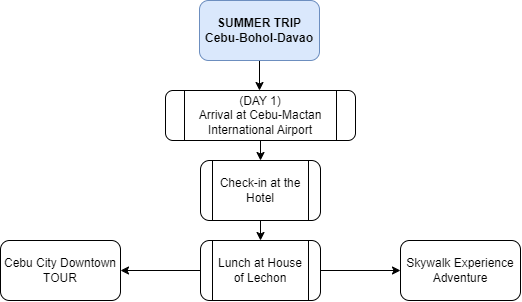
This is itinerary.png from legaspinicole/CCINCOML_EXERCISES_COM23P, a draw.io export, as it was before one commit. Source tidied: cells renumbered, new cells last; positions are measured from the earlier drawing's top-left corner, leaving out a move shared by most shapes.
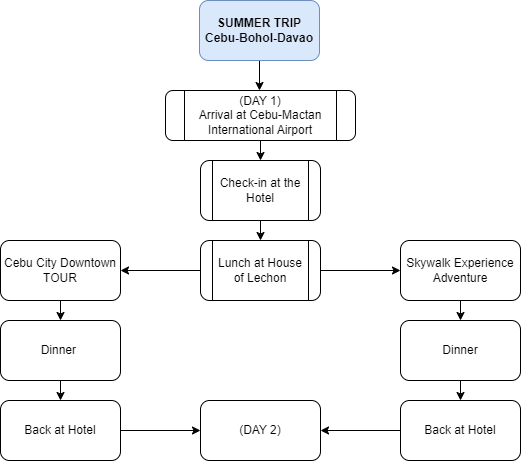
Above is the later version.

What changed in the source:
```diff
@@ -37,11 +37,52 @@
     <mxCell id="10" value="Lunch at&amp;nbsp;House of Lechon" style="shape=process;whiteSpace=wrap;html=1;backgroundOutline=1;rounded=1;" parent="1" vertex="1">
       <mxGeometry x="200" y="240" width="120" height="60" as="geometry" />
     </mxCell>
+    <mxCell id="13" style="edgeStyle=orthogonalEdgeStyle;rounded=0;jettySize=auto;html=1;" parent="1" edge="1" source="11">
+      <mxGeometry relative="1" as="geometry">
+        <mxPoint x="60" y="320" as="targetPoint" />
+      </mxGeometry>
+    </mxCell>
     <mxCell id="11" value="Cebu City Downtown TOUR" style="rounded=1;whiteSpace=wrap;html=1;" parent="1" vertex="1">
       <mxGeometry y="240" width="120" height="60" as="geometry" />
     </mxCell>
+    <mxCell id="14" style="edgeStyle=orthogonalEdgeStyle;rounded=0;jettySize=auto;html=1;" parent="1" edge="1" source="12">
+      <mxGeometry relative="1" as="geometry">
+        <mxPoint x="460" y="320" as="targetPoint" />
+      </mxGeometry>
+    </mxCell>
     <mxCell id="12" value="Skywalk Experience Adventure" style="rounded=1;whiteSpace=wrap;html=1;" parent="1" vertex="1">
       <mxGeometry x="400" y="240" width="120" height="60" as="geometry" />
     </mxCell>
+    <mxCell id="15" style="edgeStyle=orthogonalEdgeStyle;rounded=0;jettySize=auto;html=1;" parent="1" edge="1" source="16">
+      <mxGeometry relative="1" as="geometry">
+        <mxPoint x="60" y="400" as="targetPoint" />
+      </mxGeometry>
+    </mxCell>
+    <mxCell id="16" value="Dinner&amp;nbsp;" style="rounded=1;whiteSpace=wrap;html=1;" parent="1" vertex="1">
+      <mxGeometry y="320" width="120" height="60" as="geometry" />
+    </mxCell>
+    <mxCell id="17" style="edgeStyle=orthogonalEdgeStyle;rounded=0;jettySize=auto;html=1;" parent="1" edge="1" source="18" target="23">
+      <mxGeometry relative="1" as="geometry" />
+    </mxCell>
+    <mxCell id="18" value="Back at Hotel" style="rounded=1;whiteSpace=wrap;html=1;" parent="1" vertex="1">
+      <mxGeometry y="400" width="120" height="60" as="geometry" />
+    </mxCell>
+    <mxCell id="19" style="edgeStyle=orthogonalEdgeStyle;rounded=0;jettySize=auto;html=1;" parent="1" edge="1" source="20">
+      <mxGeometry relative="1" as="geometry">
+        <mxPoint x="460" y="400" as="targetPoint" />
+      </mxGeometry>
+    </mxCell>
+    <mxCell id="20" value="Dinner" style="rounded=1;whiteSpace=wrap;html=1;" parent="1" vertex="1">
+      <mxGeometry x="400" y="320" width="120" height="60" as="geometry" />
+    </mxCell>
+    <mxCell id="21" style="edgeStyle=orthogonalEdgeStyle;rounded=0;jettySize=auto;html=1;" parent="1" edge="1" source="22" target="23">
+      <mxGeometry relative="1" as="geometry" />
+    </mxCell>
+    <mxCell id="22" value="Back at Hotel" style="rounded=1;whiteSpace=wrap;html=1;" parent="1" vertex="1">
+      <mxGeometry x="400" y="400" width="120" height="60" as="geometry" />
+    </mxCell>
+    <mxCell id="23" value="(DAY 2)" style="rounded=1;whiteSpace=wrap;html=1;" parent="1" vertex="1">
+      <mxGeometry x="200" y="400" width="120" height="60" as="geometry" />
+    </mxCell>
   </root>
 </mxGraphModel>
```
